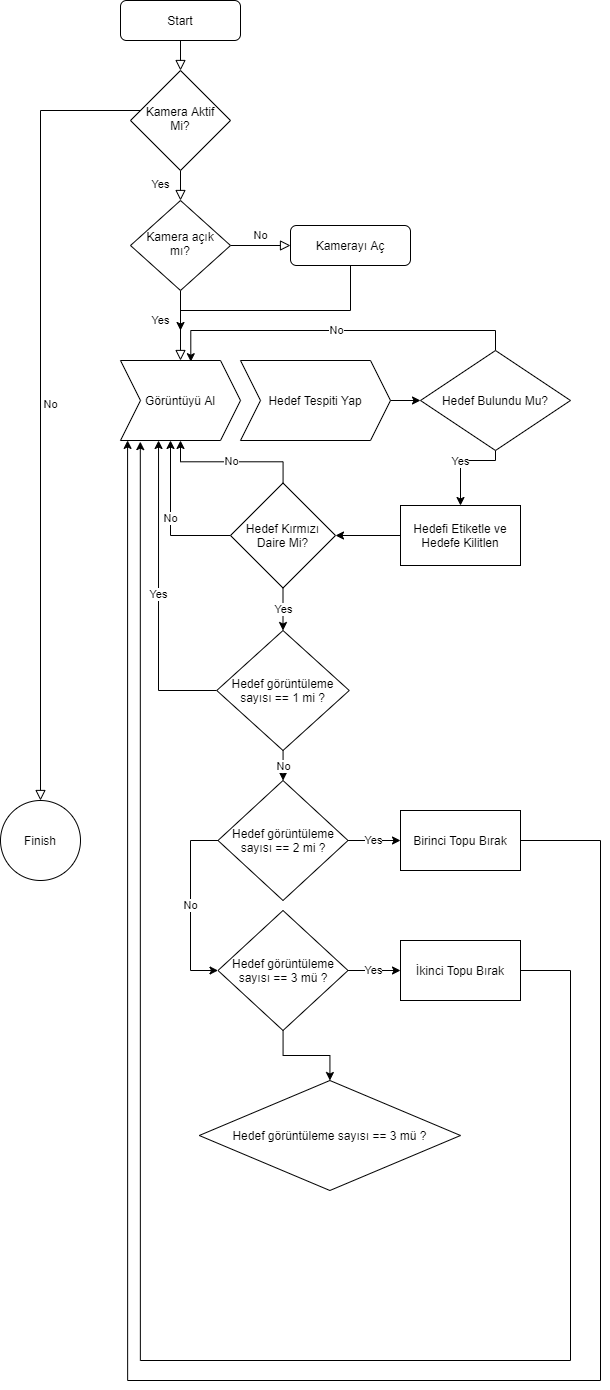
This is Matematik/ImageProcess.png from selimttasdemir/Kamp_Intro, a draw.io export, as it was before one commit. Source tidied: cells renumbered, new cells last; positions are measured from the earlier drawing's top-left corner, leaving out a move shared by most shapes.
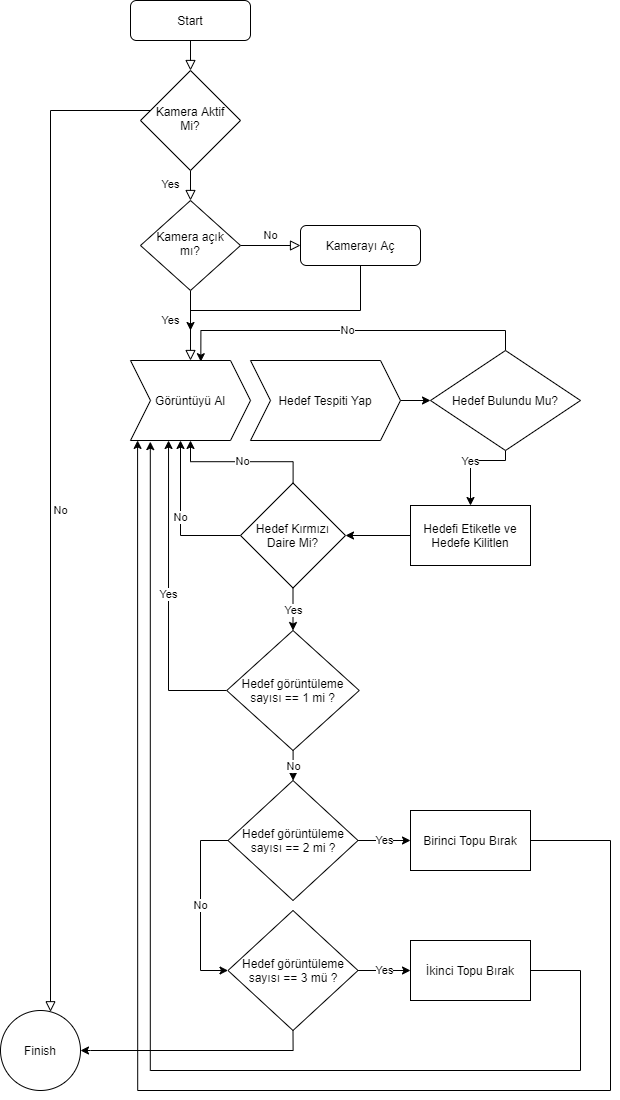
The same file after the commit.

Change to the diagram source:
```diff
@@ -45,7 +45,7 @@
       <mxGeometry x="290" y="225" width="120" height="40" as="geometry" />
     </mxCell>
     <mxCell id="12" value="Finish" style="ellipse;whiteSpace=wrap;html=1;" parent="1" vertex="1">
-      <mxGeometry y="800" width="80" height="80" as="geometry" />
+      <mxGeometry x="-10" y="1010" width="80" height="80" as="geometry" />
     </mxCell>
     <mxCell id="13" value="&lt;span&gt;Görüntüyü Al&lt;/span&gt;" style="shape=step;perimeter=stepPerimeter;whiteSpace=wrap;html=1;fixedSize=1;" parent="1" vertex="1">
       <mxGeometry x="120" y="360" width="120" height="80" as="geometry" />
@@ -128,8 +128,8 @@
       <mxGeometry relative="1" as="geometry">
         <Array as="points">
           <mxPoint x="600" y="840" />
-          <mxPoint x="600" y="1380" />
-          <mxPoint x="127" y="1380" />
+          <mxPoint x="600" y="1090" />
+          <mxPoint x="127" y="1090" />
         </Array>
       </mxGeometry>
     </mxCell>
@@ -139,9 +139,14 @@
     <mxCell id="33" value="Yes" style="edgeStyle=orthogonalEdgeStyle;rounded=0;jettySize=auto;html=1;" parent="1" edge="1" source="35" target="37">
       <mxGeometry relative="1" as="geometry" />
     </mxCell>
-    <mxCell id="34" style="edgeStyle=orthogonalEdgeStyle;rounded=0;jettySize=auto;html=1;" parent="1" edge="1" source="35" target="38">
-      <mxGeometry relative="1" as="geometry" />
-    </mxCell>
+    <mxCell id="39" style="edgeStyle=orthogonalEdgeStyle;rounded=0;jettySize=auto;html=1;exitX=0.5;exitY=1;exitDx=0;exitDy=0;entryX=1;entryY=0.5;entryDx=0;entryDy=0;" parent="1" edge="1" source="35" target="12">
+      <mxGeometry relative="1" as="geometry">
+        <Array as="points">
+          <mxPoint x="283" y="1050" />
+          <mxPoint x="80" y="1050" />
+        </Array>
+      </mxGeometry>
+    </mxCell>
     <mxCell id="35" value="&lt;span&gt;Hedef görüntüleme sayısı == 3 mü ?&lt;/span&gt;" style="rhombus;whiteSpace=wrap;html=1;" parent="1" vertex="1">
       <mxGeometry x="217.5" y="910" width="130" height="120" as="geometry" />
     </mxCell>
@@ -149,16 +154,13 @@
       <mxGeometry relative="1" as="geometry">
         <Array as="points">
           <mxPoint x="570" y="970" />
-          <mxPoint x="570" y="1360" />
-          <mxPoint x="140" y="1360" />
+          <mxPoint x="570" y="1070" />
+          <mxPoint x="140" y="1070" />
         </Array>
       </mxGeometry>
     </mxCell>
     <mxCell id="37" value="İkinci Topu Bırak" style="whiteSpace=wrap;html=1;" parent="1" vertex="1">
       <mxGeometry x="400" y="940" width="120" height="60" as="geometry" />
     </mxCell>
-    <mxCell id="38" value="&lt;span&gt;Hedef görüntüleme sayısı == 3 mü ?&lt;/span&gt;" style="rhombus;whiteSpace=wrap;html=1;" parent="1" vertex="1">
-      <mxGeometry x="198.8" y="1080" width="261.2" height="110" as="geometry" />
-    </mxCell>
   </root>
 </mxGraphModel>
```
